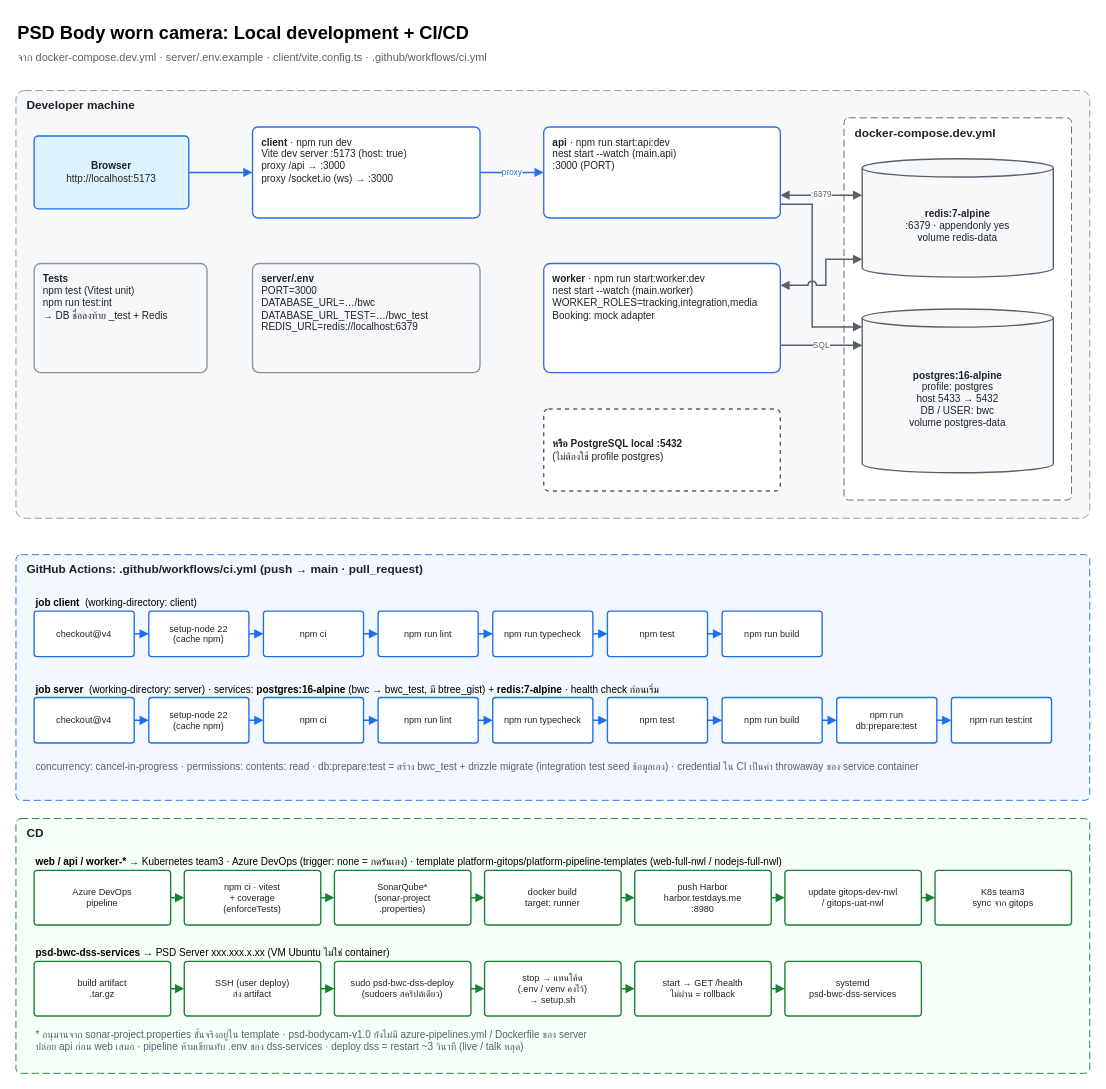
Before: page "Local dev + CI/CD" (2 of 2) of docs/diagrams/infrastructure.drawio in b-werayut/psd-bodycam-v1.0, a draw.io diagram. Source tidied: cells renumbered, new cells numbered last; positions are measured from the earlier drawing's top-left corner, leaving out a move shared by most shapes. Both pictures are drawn from the tidied source at 91%, with x=0, y=0 at pixel (15, 15).
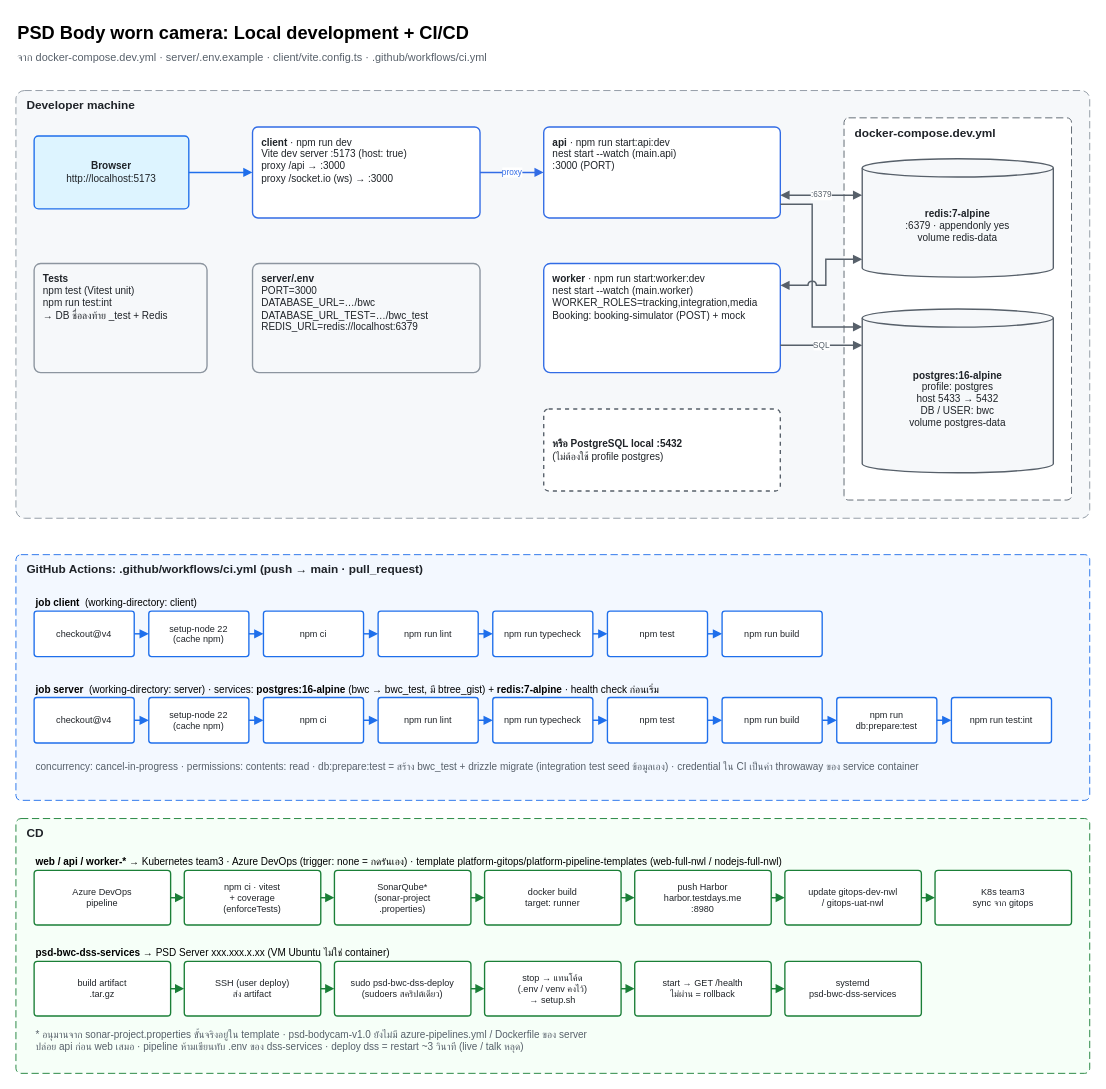
Above is the later version.

The change refers to these unchanged cells:
```xml
<mxCell id="4" value="Developer machine" style="rounded=1;arcSize=2;whiteSpace=wrap;html=1;dashed=1;dashPattern=8 4;verticalAlign=top;align=left;spacingLeft=10;spacingTop=2;fontStyle=1;fontSize=13;fontColor=#1F2328;fillColor=#F6F8FA;strokeColor=#8C959F;" parent="1" vertex="1">
  <mxGeometry y="82" width="1180" height="470" as="geometry" />
</mxCell>
```

What changed in the source:
```diff
@@
-    <mxCell id="8" value="&lt;b&gt;worker&lt;/b&gt; · npm run start:worker:dev&lt;br&gt;nest start --watch (main.worker)&lt;br&gt;WORKER_ROLES=tracking,integration,media&lt;br&gt;Booking: mock adapter" style="rounded=1;whiteSpace=wrap;html=1;arcSize=6;fontSize=11;fontColor=#1F2328;fillColor=#FFFFFF;strokeColor=#326CE5;strokeWidth=1.5;align=left;verticalAlign=top;spacingLeft=8;spacingTop=4;" parent="4" vertex="1">
+    <mxCell id="8" value="&lt;b&gt;worker&lt;/b&gt; · npm run start:worker:dev&lt;br&gt;nest start --watch (main.worker)&lt;br&gt;WORKER_ROLES=tracking,integration,media&lt;br&gt;Booking: booking-simulator (POST) + mock" style="rounded=1;whiteSpace=wrap;html=1;arcSize=6;fontSize=11;fontColor=#1F2328;fillColor=#FFFFFF;strokeColor=#326CE5;strokeWidth=1.5;align=left;verticalAlign=top;spacingLeft=8;spacingTop=4;" parent="4" vertex="1">
       <mxGeometry x="580" y="190" width="260" height="120" as="geometry" />
     </mxCell>
```
